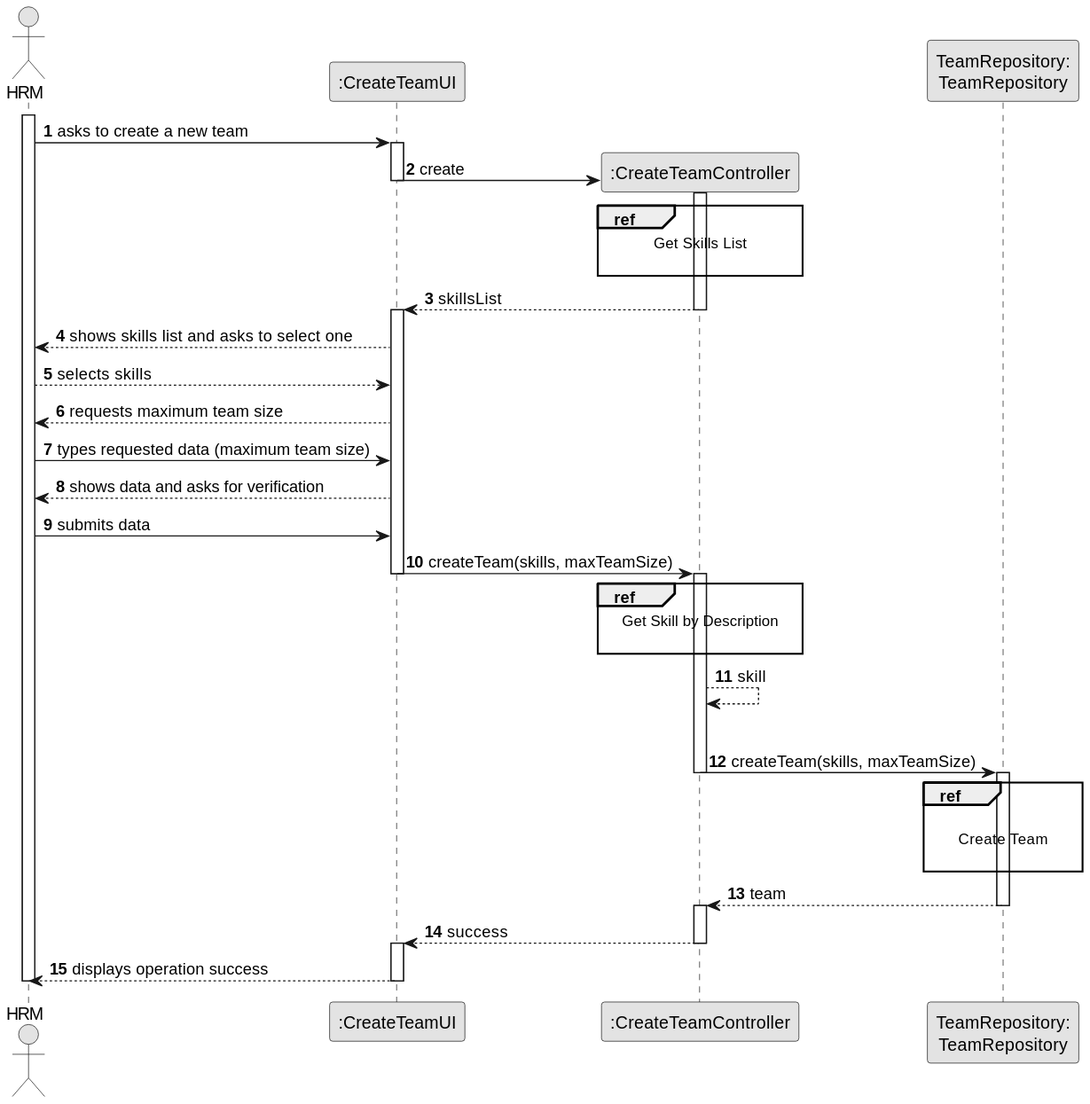
The PlantUML diagram docs/sprintB/us005/03.design/svg/us005-sequence-diagram-split.svg in ricardomm7/leaflink, before a commit.
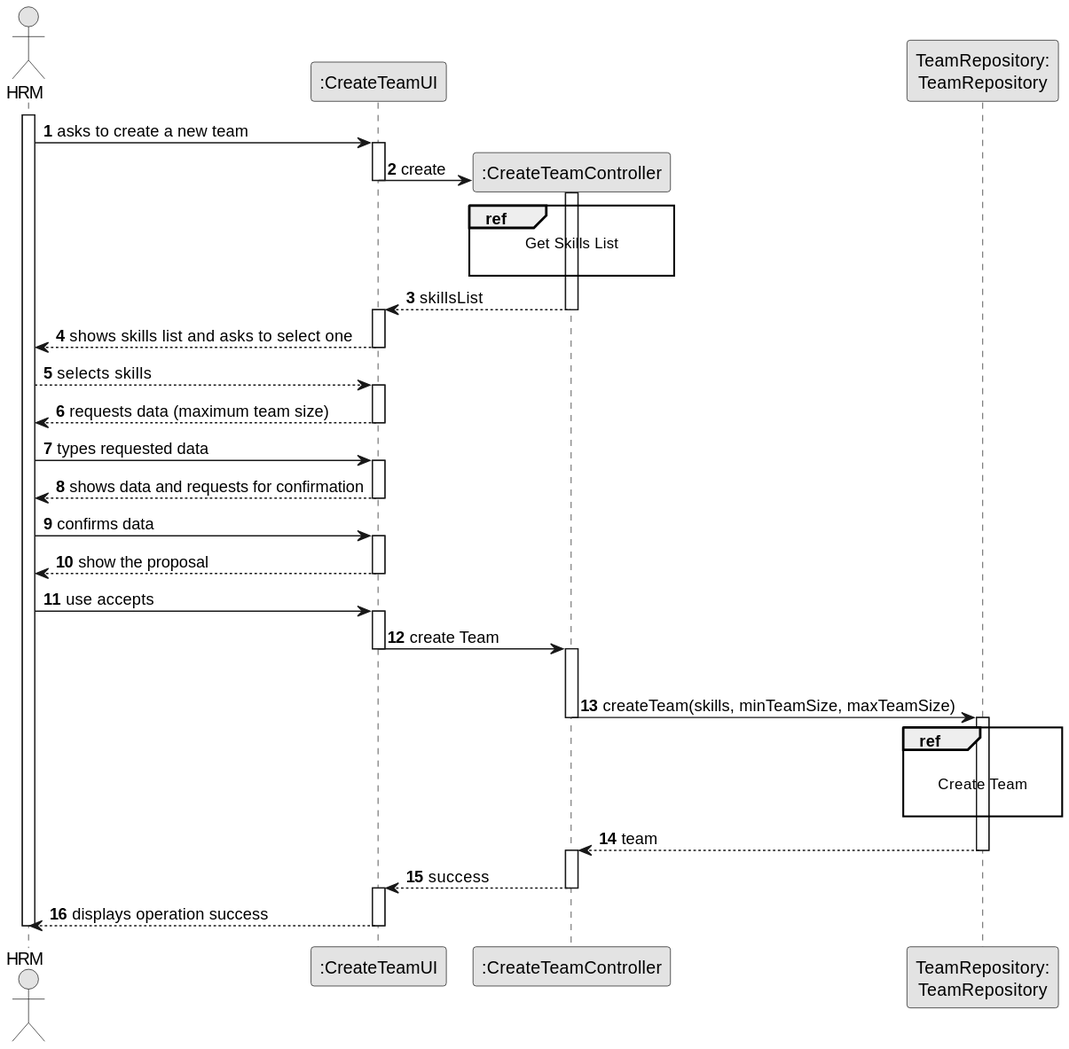
The same diagram one commit later.

Change to the diagram source:
```diff
@@ -29,30 +29,35 @@
                 activate UI
 
                 UI --> ADM : shows skills list and asks to select one
+                deactivate UI
 
         ADM --> UI : selects skills
+        activate UI
 
-        UI --> ADM : requests maximum team size
+        UI --> ADM : requests data (maximum team size)
+        deactivate UI
 
-    ADM -> UI : types requested data (maximum team size)
+    ADM -> UI : types requested data
+    activate UI
 
-        UI --> ADM : shows data and asks for verification
+        UI --> ADM : shows data and requests for confirmation
+        deactivate UI
 
-    ADM -> UI : submits data
+    ADM -> UI : confirms data
+    activate UI
 
-        UI -> CTRL : createTeam(skills, maxTeamSize)
+    UI --> ADM: show the proposal
+        deactivate UI
+
+        ADM -> UI: use accepts
+        activate UI
+
+        UI -> CTRL : create Team
         deactivate UI
         activate CTRL
 
-            ref over CTRL
-                        Get Skill by Description
-
-                    end ref
-                    CTRL --> CTRL : skill
-
-
             |||
-                CTRL -> TeamRepository: createTeam(skills, maxTeamSize)
+                CTRL -> TeamRepository: createTeam(skills, minTeamSize, maxTeamSize)
                 deactivate CTRL
                 activate TeamRepository
 
```
